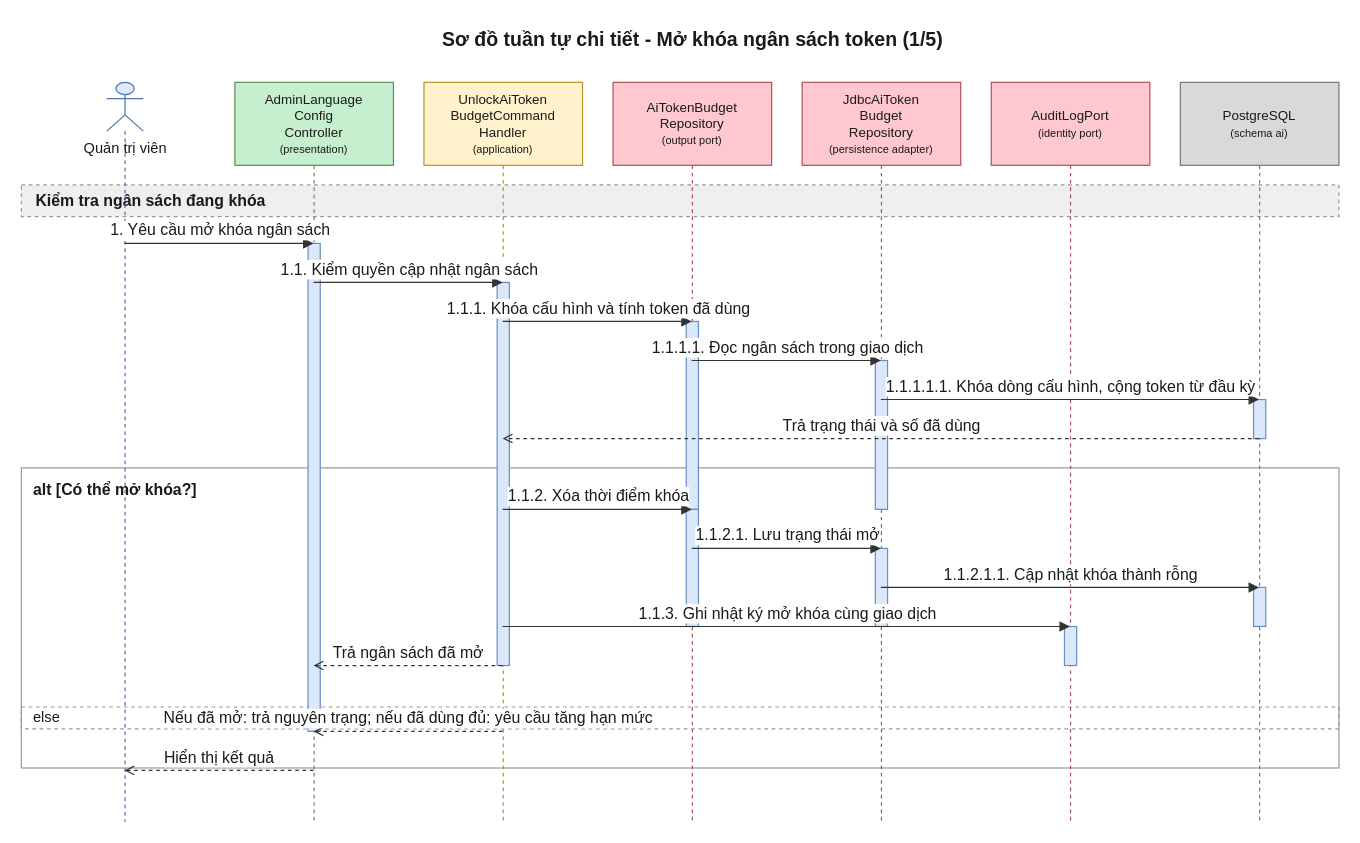
Earlier version of the draw.io diagram 08-diagram/sequence/admin/sequence_admin_dat_han_muc_va_gioi_han_ai_p1.drawio (daiphu1801/PRJ_ALGOPREP). Source tidied: cells renumbered, new cells numbered last; positions are measured from the earlier drawing's top-left corner, leaving out a move shared by most shapes. Both pictures are drawn from the tidied source at 122%, with x=0, y=0 at pixel (21, 21).
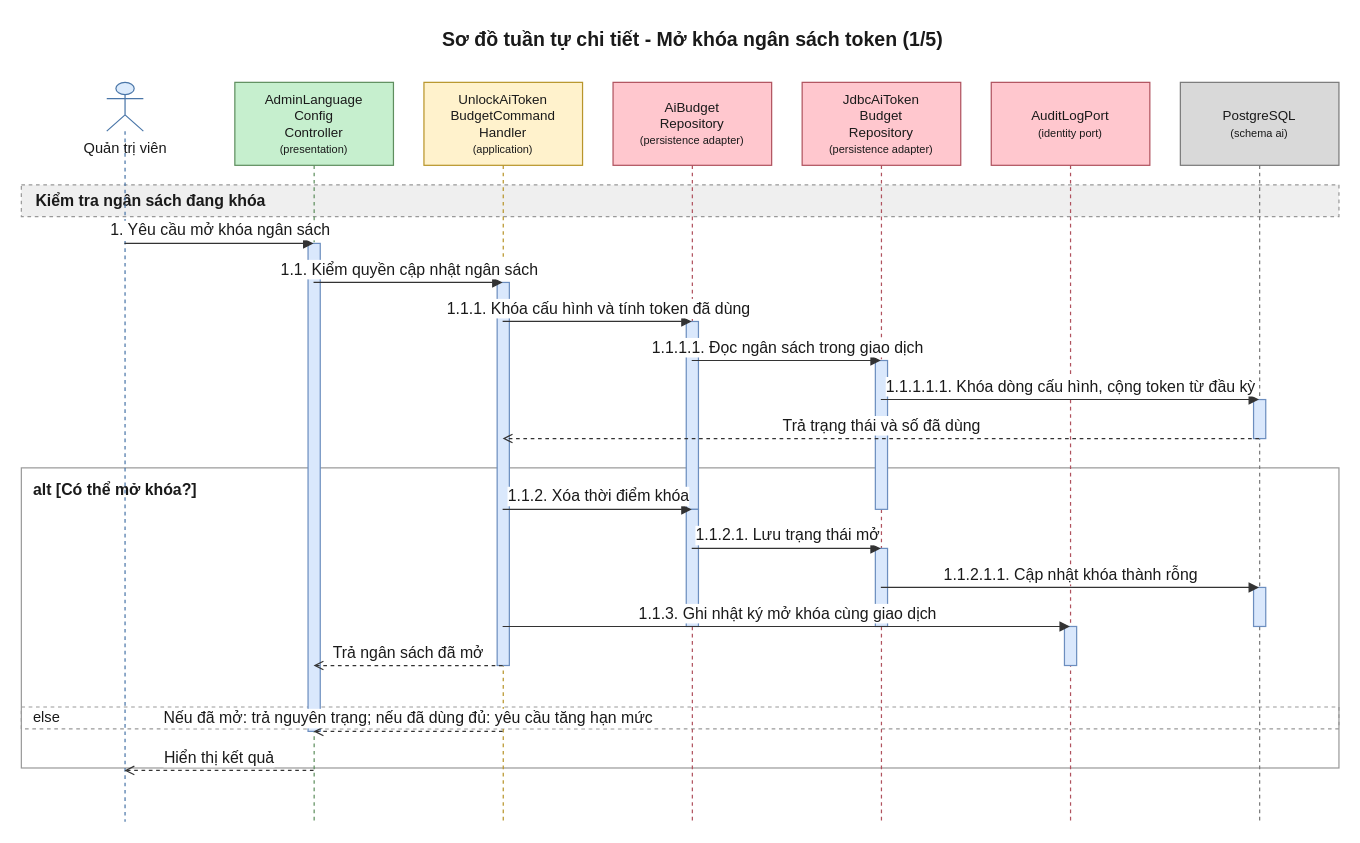
Above is the later version.

What changed in the source:
```diff
@@
-    <mxCell id="9" value="AiTokenBudget&lt;br&gt;Repository&lt;br&gt;&lt;font style=&quot;font-size:9px&quot;&gt;(output port)&lt;/font&gt;" style="shape=umlLifeline;perimeter=lifelinePerimeter;whiteSpace=wrap;html=1;outlineConnect=0;size=68;fontSize=11;fillColor=#FFC7CE;strokeColor=#B0525E;fontColor=#1A1A1A;" parent="1" vertex="1">
+    <mxCell id="9" value="AiBudget&lt;br&gt;Repository&lt;br&gt;&lt;font style=&quot;font-size:9px&quot;&gt;(persistence adapter)&lt;/font&gt;" style="shape=umlLifeline;perimeter=lifelinePerimeter;whiteSpace=wrap;html=1;outlineConnect=0;size=68;fontSize=11;fillColor=#FFC7CE;strokeColor=#B0525E;fontColor=#1A1A1A;" parent="1" vertex="1">
       <mxGeometry x="485" y="50" width="130" height="606" as="geometry" />
     </mxCell>
```
